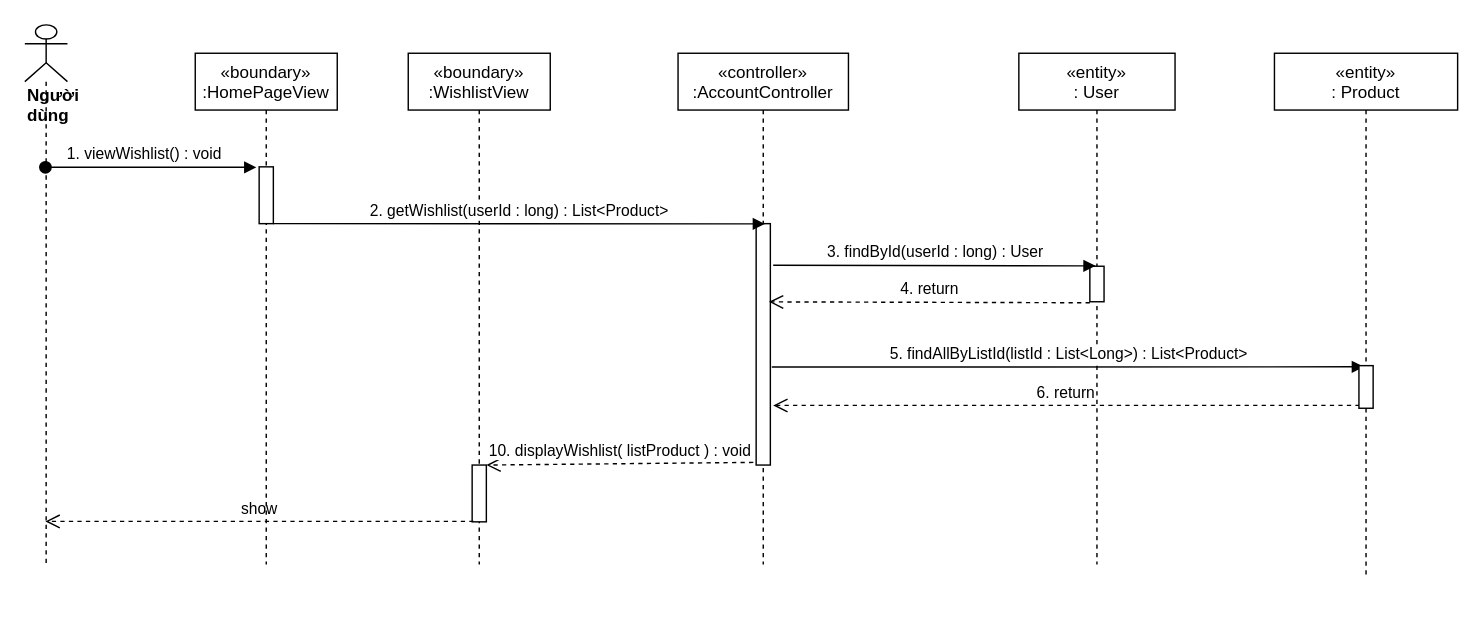
nguyenphamvan/datn_20202 keeps this draw.io diagram as sequence diagram/get-wishlist-sequence-diagram.drawio. Above is the earlier version. Source tidied: cells renumbered, new cells numbered last; positions are measured from the earlier drawing's top-left corner, leaving out a move shared by most shapes. Both pictures are drawn from the tidied source at 142%, with x=0, y=0 at pixel (24, 24).
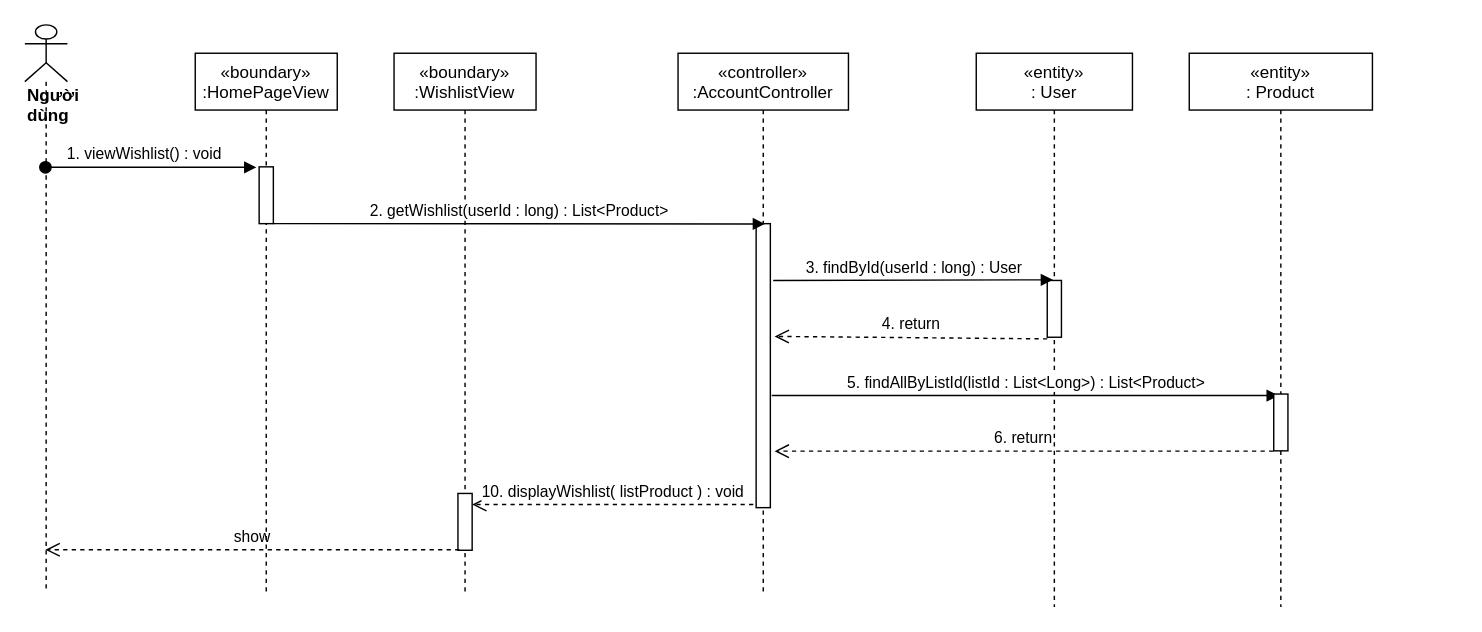
Above is the later version.

Diff of the diagram source:
```diff
@@
     <mxCell id="2" value="«boundary»&#10;:WishlistView" style="shape=umlLifeline;perimeter=lifelinePerimeter;rounded=0;shadow=0;strokeWidth=1;" parent="1" vertex="1">
-      <mxGeometry x="270" y="20" width="100" height="360" as="geometry" />
+      <mxGeometry x="260" y="20" width="100" height="380" as="geometry" />
     </mxCell>
     <mxCell id="3" style="points=[];perimeter=orthogonalPerimeter;rounded=0;shadow=0;strokeWidth=1;" parent="2" vertex="1">
-      <mxGeometry x="45" y="290" width="10" height="40" as="geometry" />
+      <mxGeometry x="45" y="310" width="10" height="40" as="geometry" />
     </mxCell>
     <mxCell id="4" value="«controller»&#10;:AccountController" style="shape=umlLifeline;perimeter=lifelinePerimeter;rounded=0;shadow=0;strokeWidth=1;" parent="1" vertex="1">
-      <mxGeometry x="460" y="20" width="120" height="360" as="geometry" />
+      <mxGeometry x="460" y="20" width="120" height="380" as="geometry" />
     </mxCell>
     <mxCell id="5" style="points=[];perimeter=orthogonalPerimeter;rounded=0;shadow=0;strokeWidth=1;" parent="4" vertex="1">
-      <mxGeometry x="55" y="120" width="10" height="170" as="geometry" />
+      <mxGeometry x="55" y="120" width="10" height="200" as="geometry" />
     </mxCell>
     <mxCell id="6" value="&lt;div&gt;&lt;b&gt;Người dùng&lt;/b&gt;&lt;/div&gt;" style="shape=umlLifeline;participant=umlActor;perimeter=lifelinePerimeter;whiteSpace=wrap;html=1;verticalAlign=top;spacingTop=36;outlineConnect=0;align=left;" parent="1" vertex="1">
-      <mxGeometry width="30" height="380" as="geometry" />
+      <mxGeometry width="30" height="400" as="geometry" />
     </mxCell>
@@
     <mxCell id="9" value="«entity»&#10;: User" style="shape=umlLifeline;perimeter=lifelinePerimeter;rounded=0;shadow=0;strokeWidth=1;" parent="1" vertex="1">
-      <mxGeometry x="700" y="20" width="110" height="360" as="geometry" />
+      <mxGeometry x="670" y="20" width="110" height="390" as="geometry" />
     </mxCell>
     <mxCell id="10" style="points=[];perimeter=orthogonalPerimeter;rounded=0;shadow=0;strokeWidth=1;" parent="9" vertex="1">
-      <mxGeometry x="50" y="150" width="10" height="25" as="geometry" />
+      <mxGeometry x="50" y="160" width="10" height="40" as="geometry" />
     </mxCell>
     <mxCell id="11" value="5. findAllByListId(listId : List&amp;lt;Long&amp;gt;) : List&amp;lt;Product&amp;gt;" style="html=1;verticalAlign=bottom;endArrow=block;entryX=0.35;entryY=0.027;entryDx=0;entryDy=0;entryPerimeter=0;" parent="1" edge="1" target="16">
       <mxGeometry relative="1" as="geometry">
-        <mxPoint x="526" y="241" as="sourcePoint" />
+        <mxPoint x="526" y="261" as="sourcePoint" />
       </mxGeometry>
     </mxCell>
-    <mxCell id="12" value="6. return" style="html=1;verticalAlign=bottom;endArrow=open;dashed=1;endSize=8;exitX=0.05;exitY=0.933;exitDx=0;exitDy=0;exitPerimeter=0;" parent="1" edge="1" source="16">
-      <mxGeometry relative="1" as="geometry">
-        <mxPoint x="527" y="268" as="targetPoint" />
-      </mxGeometry>
+    <mxCell id="12" value="6. return" style="html=1;verticalAlign=bottom;endArrow=open;dashed=1;endSize=8;exitX=-0.03;exitY=1.005;exitDx=0;exitDy=0;exitPerimeter=0;entryX=1.3;entryY=0.801;entryDx=0;entryDy=0;entryPerimeter=0;" parent="1" edge="1" source="16" target="5">
+      <mxGeometry relative="1" as="geometry" />
     </mxCell>
-    <mxCell id="13" value="3. findById(userId : long) : User" style="html=1;verticalAlign=bottom;endArrow=block;entryX=0.4;entryY=-0.011;entryDx=0;entryDy=0;entryPerimeter=0;exitX=1.2;exitY=0.172;exitDx=0;exitDy=0;exitPerimeter=0;" parent="1" edge="1" source="5" target="10">
-      <mxGeometry relative="1" as="geometry" />
+    <mxCell id="13" value="3. findById(userId : long) : User" style="html=1;verticalAlign=bottom;endArrow=block;entryX=0.4;entryY=-0.011;entryDx=0;entryDy=0;entryPerimeter=0;" parent="1" edge="1" target="10">
+      <mxGeometry relative="1" as="geometry">
+        <mxPoint x="527" y="180" as="sourcePoint" />
+      </mxGeometry>
     </mxCell>
-    <mxCell id="14" value="4. return" style="html=1;verticalAlign=bottom;endArrow=open;dashed=1;endSize=8;exitX=0;exitY=1.029;exitDx=0;exitDy=0;exitPerimeter=0;entryX=0.9;entryY=0.324;entryDx=0;entryDy=0;entryPerimeter=0;" parent="1" edge="1" source="10" target="5">
+    <mxCell id="14" value="4. return" style="html=1;verticalAlign=bottom;endArrow=open;dashed=1;endSize=8;exitX=0;exitY=1.029;exitDx=0;exitDy=0;exitPerimeter=0;entryX=1.3;entryY=0.397;entryDx=0;entryDy=0;entryPerimeter=0;" parent="1" edge="1" source="10" target="5">
       <mxGeometry relative="1" as="geometry" />
     </mxCell>
     <mxCell id="15" value="«entity»&#10;: Product" style="shape=umlLifeline;perimeter=lifelinePerimeter;rounded=0;shadow=0;strokeWidth=1;" parent="1" vertex="1">
-      <mxGeometry x="880" y="20" width="129" height="370" as="geometry" />
+      <mxGeometry x="820" y="20" width="129" height="390" as="geometry" />
     </mxCell>
     <mxCell id="16" style="points=[];perimeter=orthogonalPerimeter;rounded=0;shadow=0;strokeWidth=1;" parent="15" vertex="1">
-      <mxGeometry x="59.5" y="220" width="10" height="30" as="geometry" />
+      <mxGeometry x="59.5" y="240" width="10" height="40" as="geometry" />
     </mxCell>
@@
     <mxCell id="19" value="«boundary»&#10;:HomePageView" style="shape=umlLifeline;perimeter=lifelinePerimeter;rounded=0;shadow=0;strokeWidth=1;" parent="1" vertex="1">
-      <mxGeometry x="120" y="20" width="100" height="360" as="geometry" />
+      <mxGeometry x="120" y="20" width="100" height="380" as="geometry" />
     </mxCell>
```
